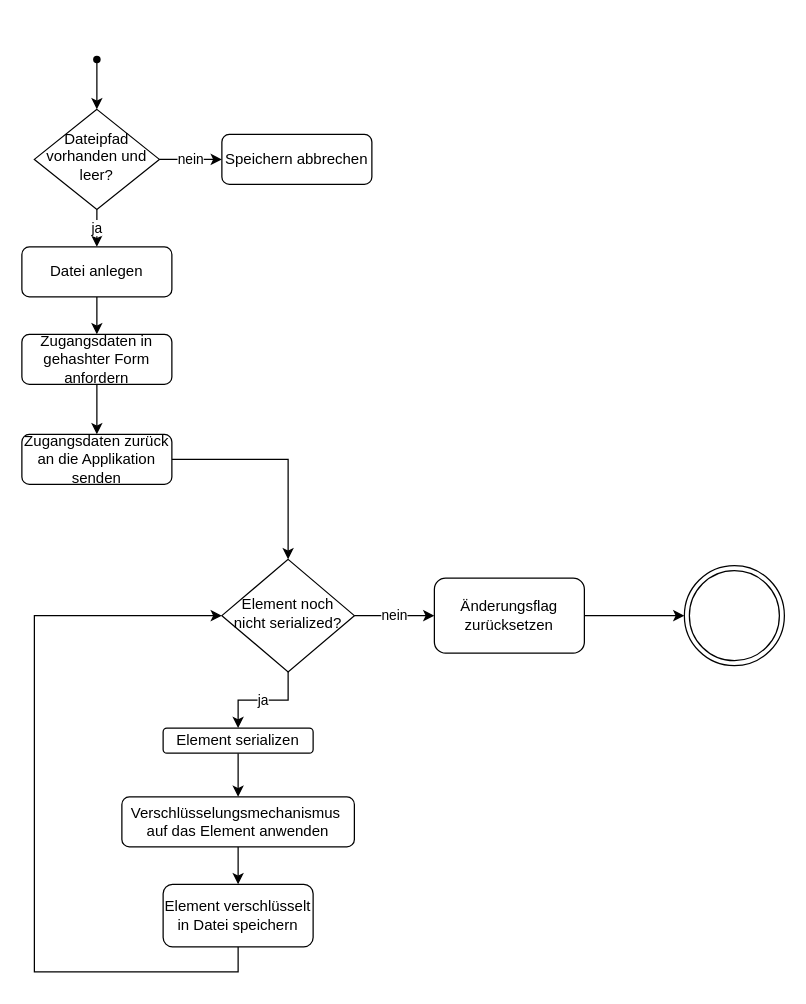
Above: Diagrams/Aktivitätsdiagramm Übung 7a).drawio in DavidRiemer02/Softwaretechnik (draw.io), before the change. Source tidied: cells renumbered, new cells numbered last; positions are measured from the earlier drawing's top-left corner, leaving out a move shared by most shapes. Both pictures are drawn from the tidied source at 125%, with x=0, y=0 at pixel (21, 34).
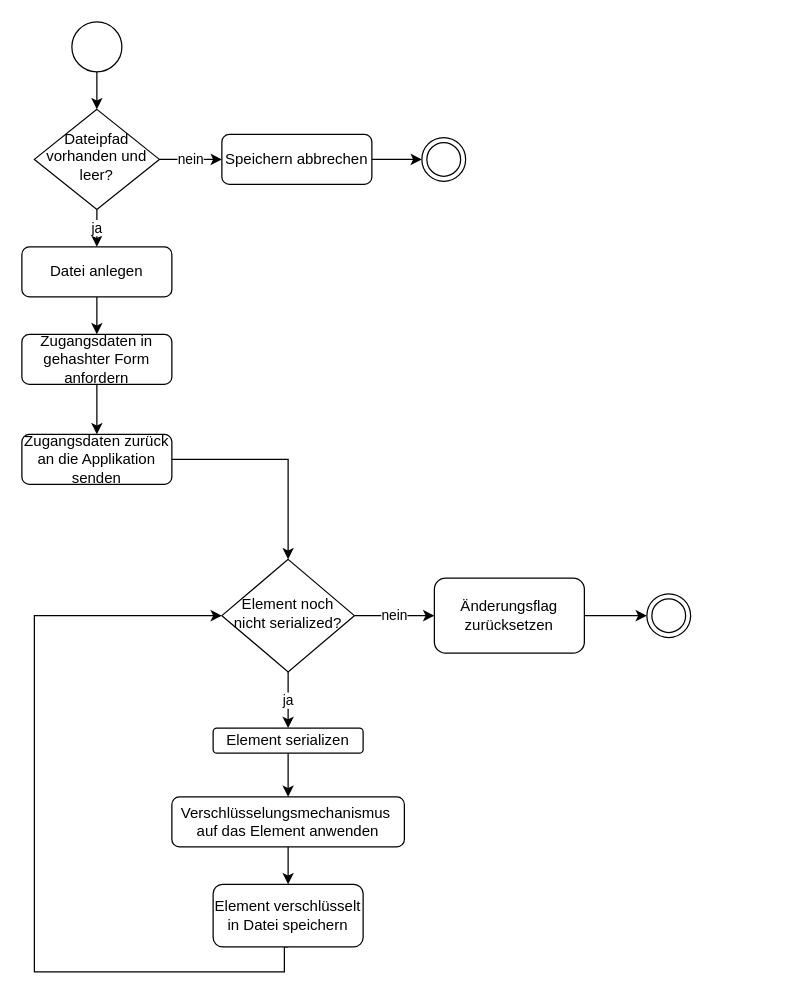
After the change.

The change refers to these unchanged cells:
```xml
<mxCell id="3" value="Speichern abbrechen" style="rounded=1;whiteSpace=wrap;html=1;fontSize=12;glass=0;strokeWidth=1;shadow=0;" parent="1" vertex="1">
  <mxGeometry x="160" y="80" width="120" height="40" as="geometry" />
</mxCell>
<mxCell id="6" value="Element noch nicht serialized?" style="rhombus;whiteSpace=wrap;html=1;shadow=0;fontFamily=Helvetica;fontSize=12;align=center;strokeWidth=1;spacing=6;spacingTop=-4;" parent="1" vertex="1">
  <mxGeometry x="160" y="420" width="106" height="90" as="geometry" />
</mxCell>
```

What changed in the source:
```diff
@@
+    <mxCell id="26" style="edgeStyle=orthogonalEdgeStyle;rounded=0;jettySize=auto;html=1;exitX=1;exitY=0.5;exitDx=0;exitDy=0;entryX=0;entryY=0.5;entryDx=0;entryDy=0;" parent="1" edge="1" source="3" target="28">
+      <mxGeometry relative="1" as="geometry" />
+    </mxCell>
@@
-    <mxCell id="11" style="shape=waypoint;sketch=0;fillStyle=solid;size=6;points=[];fillColor=none;perimeter=centerPerimeter;snapToPoint=1;" parent="1" vertex="1">
-      <mxGeometry x="40" width="40" height="40" as="geometry" />
-    </mxCell>
-    <mxCell id="12" style="endArrow=classic;html=1;rounded=0;" parent="1" edge="1" source="11">
+    <mxCell id="12" style="endArrow=classic;html=1;rounded=0;" parent="1" edge="1">
       <mxGeometry relative="1" as="geometry">
+        <mxPoint x="60" y="20" as="sourcePoint" />
         <mxPoint x="60" y="60" as="targetPoint" />
       </mxGeometry>
     </mxCell>
@@
     <mxCell id="18" value="Element serializen" style="rounded=1;whiteSpace=wrap;html=1;" parent="1" vertex="1">
-      <mxGeometry x="113" y="555" width="120" height="20" as="geometry" />
+      <mxGeometry x="153" y="555" width="120" height="20" as="geometry" />
     </mxCell>
     <mxCell id="19" style="edgeStyle=orthogonalEdgeStyle;rounded=0;jettySize=auto;html=1;exitX=0.5;exitY=1;exitDx=0;exitDy=0;entryX=0;entryY=0.5;entryDx=0;entryDy=0;" parent="1" edge="1" source="20" target="6">
       <mxGeometry relative="1" as="geometry">
         <Array as="points">
-          <mxPoint x="173" y="750" />
+          <mxPoint x="210" y="730" />
+          <mxPoint x="210" y="750" />
           <mxPoint x="10" y="750" />
           <mxPoint x="10" y="465" />
         </Array>
       </mxGeometry>
     </mxCell>
     <mxCell id="20" value="Element verschlüsselt in Datei speichern" style="rounded=1;whiteSpace=wrap;html=1;" parent="1" vertex="1">
-      <mxGeometry x="113" y="680" width="120" height="50" as="geometry" />
+      <mxGeometry x="153" y="680" width="120" height="50" as="geometry" />
     </mxCell>
@@
     <mxCell id="22" value="Verschlüsselungsmechanismus&amp;nbsp;&lt;br&gt;auf das Element anwenden" style="rounded=1;whiteSpace=wrap;html=1;" parent="1" vertex="1">
-      <mxGeometry x="80" y="610" width="186" height="40" as="geometry" />
+      <mxGeometry x="120" y="610" width="186" height="40" as="geometry" />
     </mxCell>
@@
     <mxCell id="25" style="ellipse;shape=doubleEllipse;whiteSpace=wrap;html=1;" parent="1" vertex="1">
-      <mxGeometry x="530" y="425" width="80" height="80" as="geometry" />
+      <mxGeometry x="500" y="447.5" width="35" height="35" as="geometry" />
     </mxCell>
+    <mxCell id="27" style="ellipse;whiteSpace=wrap;html=1;" parent="1" vertex="1">
+      <mxGeometry x="40" y="-10" width="40" height="40" as="geometry" />
+    </mxCell>
+    <mxCell id="28" style="ellipse;shape=doubleEllipse;whiteSpace=wrap;html=1;" parent="1" vertex="1">
+      <mxGeometry x="320" y="82.5" width="35" height="35" as="geometry" />
+    </mxCell>
```
